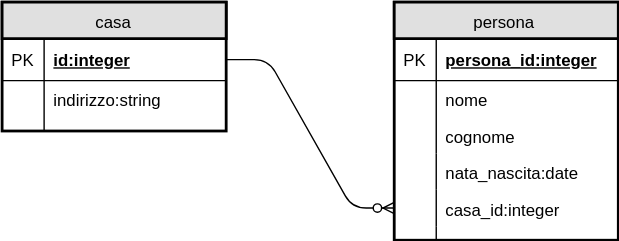
Before: spec/assets/test_schema.svg, a diagram exported from draw.io (Simo/sboot). Source tidied: cells renumbered, new cells last; positions are measured from the earlier drawing's top-left corner, leaving out a move shared by most shapes.
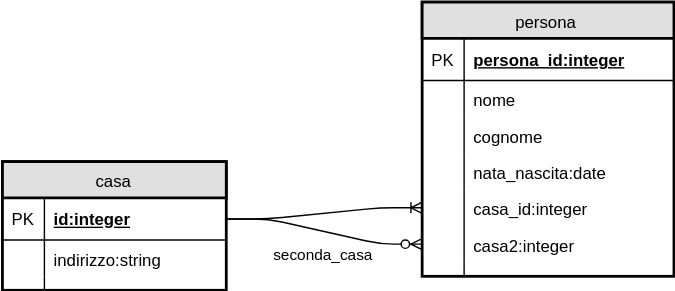
Above is the later version.

Commit message:
@wip Iniziata gestione relazioni multiple (vedere assets/testSchema.svg)

Diff of the diagram source:
```diff
@@ -3,7 +3,7 @@
     <mxCell id="0" />
     <mxCell id="1" parent="0" />
     <mxCell id="2" value="casa" style="swimlane;html=1;fontStyle=0;horizontal=1;startSize=26;fillColor=#e0e0e0;swimlaneFillColor=#ffffff;align=center;strokeColor=#000000;strokeWidth=2;" parent="1" vertex="1">
-      <mxGeometry width="160" height="92" as="geometry" />
+      <mxGeometry x="-20" y="114" width="160" height="92" as="geometry" />
     </mxCell>
     <mxCell id="3" value="id:integer" style="shape=partialRectangle;top=0;left=0;right=0;bottom=1;html=1;align=left;verticalAlign=middle;fillColor=none;spacingLeft=34;spacingRight=4;whiteSpace=wrap;overflow=hidden;points=[[0,0.5],[1,0.5]];portConstraint=eastwest;fontStyle=5;" parent="2" vertex="1">
       <mxGeometry y="26" width="160" height="30" as="geometry" />
@@ -24,46 +24,55 @@
       <mxGeometry width="30" height="10" as="geometry" />
     </mxCell>
     <mxCell id="9" value="persona" style="swimlane;html=1;fontStyle=0;horizontal=1;startSize=26;fillColor=#e0e0e0;swimlaneFillColor=#ffffff;align=center;strokeColor=#000000;strokeWidth=2;" parent="1" vertex="1">
-      <mxGeometry x="280" width="160" height="170" as="geometry" />
+      <mxGeometry x="280" width="180" height="196" as="geometry" />
     </mxCell>
     <mxCell id="10" value="persona_id:integer" style="shape=partialRectangle;top=0;left=0;right=0;bottom=1;html=1;align=left;verticalAlign=middle;fillColor=none;spacingLeft=34;spacingRight=4;whiteSpace=wrap;overflow=hidden;fontStyle=5;" parent="9" vertex="1">
-      <mxGeometry y="26" width="160" height="30" as="geometry" />
+      <mxGeometry y="26" width="180" height="30" as="geometry" />
     </mxCell>
     <mxCell id="11" value="PK" style="shape=partialRectangle;top=0;left=0;bottom=0;html=1;fillColor=none;align=left;verticalAlign=middle;spacingLeft=4;spacingRight=4;whiteSpace=wrap;overflow=hidden;" parent="10" vertex="1">
       <mxGeometry width="30" height="30" as="geometry" />
     </mxCell>
     <mxCell id="12" value="nome" style="shape=partialRectangle;top=0;left=0;right=0;bottom=0;html=1;align=left;verticalAlign=top;fillColor=none;spacingLeft=34;spacingRight=4;whiteSpace=wrap;overflow=hidden;" parent="9" vertex="1">
-      <mxGeometry y="56" width="160" height="26" as="geometry" />
+      <mxGeometry y="56" width="180" height="26" as="geometry" />
     </mxCell>
     <mxCell id="13" style="shape=partialRectangle;top=0;left=0;bottom=0;html=1;fillColor=none;align=left;verticalAlign=top;spacingLeft=4;spacingRight=4;whiteSpace=wrap;overflow=hidden;" parent="12" vertex="1">
       <mxGeometry width="30" height="26" as="geometry" />
     </mxCell>
     <mxCell id="14" value="cognome" style="shape=partialRectangle;top=0;left=0;right=0;bottom=0;html=1;align=left;verticalAlign=top;fillColor=none;spacingLeft=34;spacingRight=4;whiteSpace=wrap;overflow=hidden;" parent="9" vertex="1">
-      <mxGeometry y="82" width="160" height="26" as="geometry" />
+      <mxGeometry y="82" width="180" height="26" as="geometry" />
     </mxCell>
     <mxCell id="15" style="shape=partialRectangle;top=0;left=0;bottom=0;html=1;fillColor=none;align=left;verticalAlign=top;spacingLeft=4;spacingRight=4;whiteSpace=wrap;overflow=hidden;" parent="14" vertex="1">
       <mxGeometry width="30" height="26" as="geometry" />
     </mxCell>
     <mxCell id="16" value="nata_nascita:date" style="shape=partialRectangle;top=0;left=0;right=0;bottom=0;html=1;align=left;verticalAlign=top;fillColor=none;spacingLeft=34;spacingRight=4;whiteSpace=wrap;overflow=hidden;" parent="9" vertex="1">
-      <mxGeometry y="108" width="160" height="26" as="geometry" />
+      <mxGeometry y="108" width="180" height="26" as="geometry" />
     </mxCell>
     <mxCell id="17" style="shape=partialRectangle;top=0;left=0;bottom=0;html=1;fillColor=none;align=left;verticalAlign=top;spacingLeft=4;spacingRight=4;whiteSpace=wrap;overflow=hidden;" parent="16" vertex="1">
       <mxGeometry width="30" height="26" as="geometry" />
     </mxCell>
     <mxCell id="18" value="casa_id:integer" style="shape=partialRectangle;top=0;left=0;right=0;bottom=0;html=1;align=left;verticalAlign=top;fillColor=none;spacingLeft=34;spacingRight=4;whiteSpace=wrap;overflow=hidden;points=[[0,0.5],[1,0.5]];portConstraint=eastwest;" parent="9" vertex="1">
-      <mxGeometry y="134" width="160" height="26" as="geometry" />
+      <mxGeometry y="134" width="180" height="26" as="geometry" />
     </mxCell>
     <mxCell id="19" style="shape=partialRectangle;top=0;left=0;bottom=0;html=1;fillColor=none;align=left;verticalAlign=top;spacingLeft=4;spacingRight=4;whiteSpace=wrap;overflow=hidden;" parent="18" vertex="1">
       <mxGeometry width="30" height="26" as="geometry" />
     </mxCell>
+    <mxCell id="23" value="casa2:integer" style="shape=partialRectangle;top=0;left=0;right=0;bottom=0;html=1;align=left;verticalAlign=top;fillColor=none;spacingLeft=34;spacingRight=4;whiteSpace=wrap;overflow=hidden;points=[[0,0.5],[1,0.5]];portConstraint=eastwest;" parent="9" vertex="1">
+      <mxGeometry y="160" width="180" height="26" as="geometry" />
+    </mxCell>
+    <mxCell id="24" style="shape=partialRectangle;top=0;left=0;bottom=0;html=1;fillColor=none;align=left;verticalAlign=top;spacingLeft=4;spacingRight=4;whiteSpace=wrap;overflow=hidden;" parent="23" vertex="1">
+      <mxGeometry width="30" height="26" as="geometry" />
+    </mxCell>
     <mxCell id="20" style="shape=partialRectangle;top=0;left=0;right=0;bottom=0;html=1;align=left;verticalAlign=top;fillColor=none;spacingLeft=34;spacingRight=4;whiteSpace=wrap;overflow=hidden;" parent="9" vertex="1">
-      <mxGeometry y="160" width="160" height="10" as="geometry" />
+      <mxGeometry y="186" width="180" height="10" as="geometry" />
     </mxCell>
     <mxCell id="21" style="shape=partialRectangle;top=0;left=0;bottom=0;html=1;fillColor=none;align=left;verticalAlign=top;spacingLeft=4;spacingRight=4;whiteSpace=wrap;overflow=hidden;" parent="20" vertex="1">
       <mxGeometry width="30" height="10" as="geometry" />
     </mxCell>
-    <mxCell id="22" style="edgeStyle=entityRelationEdgeStyle;html=1;endArrow=ERzeroToMany;endFill=1;" parent="1" edge="1" source="3" target="18">
+    <mxCell id="22" style="edgeStyle=entityRelationEdgeStyle;html=1;endArrow=ERoneToMany;" parent="1" edge="1" source="3" target="18">
       <mxGeometry relative="1" as="geometry" />
     </mxCell>
+    <mxCell id="25" value="seconda_casa" style="edgeStyle=entityRelationEdgeStyle;html=1;endArrow=ERzeroToMany;endFill=1;" parent="1" edge="1" source="3" target="23">
+      <mxGeometry x="0.05" y="-16" relative="1" as="geometry" />
+    </mxCell>
   </root>
 </mxGraphModel>
```
